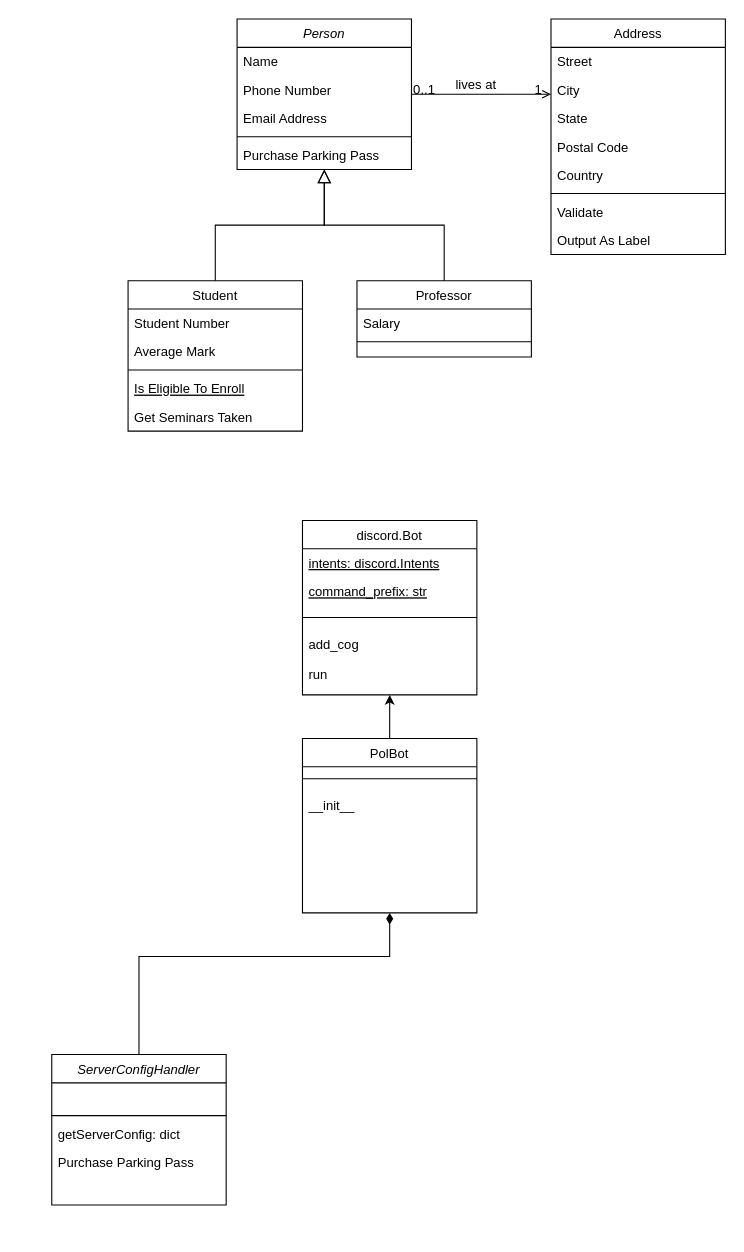
The draw.io diagram Untitled Diagram.drawio in abdann/polbot, before the edit. Source tidied: cells renumbered, new cells numbered last; positions are measured from the earlier drawing's top-left corner, leaving out a move shared by most shapes. Both pictures are drawn from the tidied source at 109%, with x=0, y=0 at pixel (51, 19).
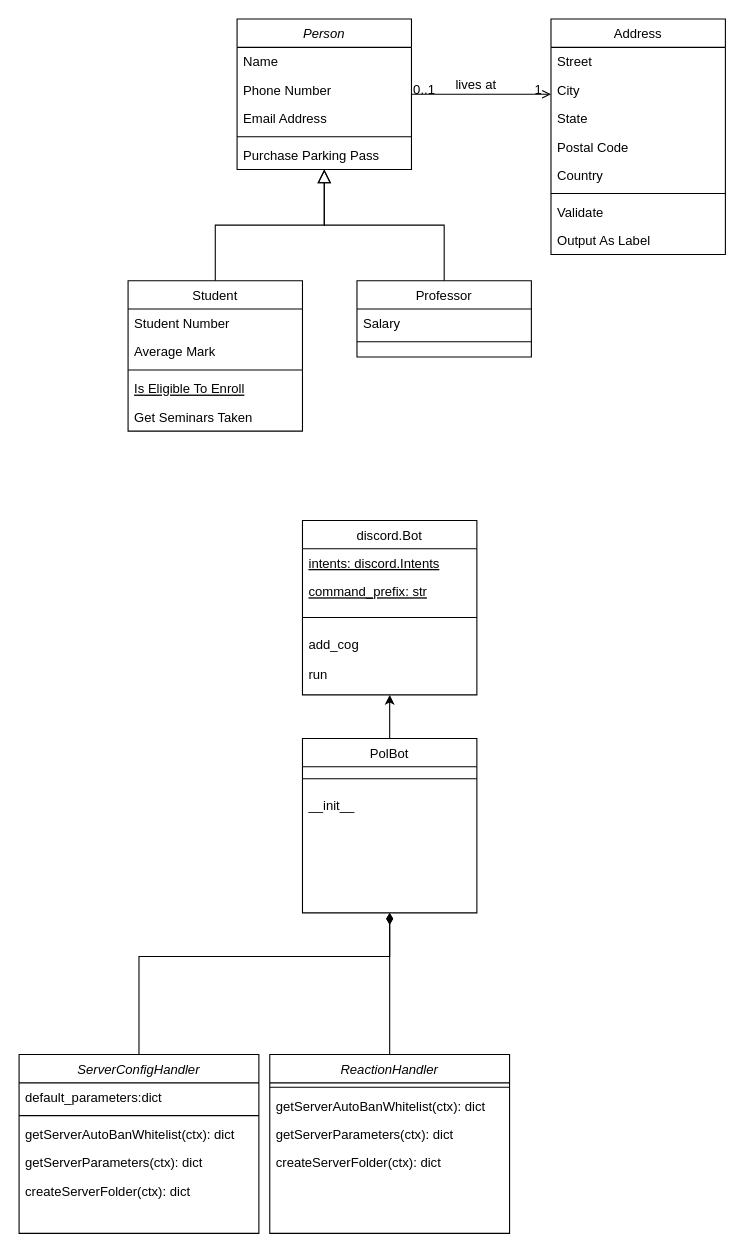
After the change.

Unchanged cells that the change refers to:
```xml
<mxCell id="45" value="PolBot" style="swimlane;fontStyle=0;align=center;verticalAlign=top;horizontal=1;startSize=26;rounded=0;shadow=0;strokeWidth=1;" parent="1" vertex="1">
  <mxGeometry x="230" y="660" width="160" height="160" as="geometry" />
</mxCell>
```

The edit, as a diff of the source:
```diff
@@
     <mxCell id="32" value="ServerConfigHandler" style="swimlane;fontStyle=2;align=center;verticalAlign=top;horizontal=1;startSize=26;rounded=0;shadow=0;strokeWidth=1;" parent="1" vertex="1">
-      <mxGeometry y="950" width="160" height="138" as="geometry" />
+      <mxGeometry x="-30" y="950" width="220" height="164" as="geometry" />
     </mxCell>
-    <mxCell id="33" value="&#10;" style="text;align=left;verticalAlign=top;spacingLeft=4;spacingRight=4;overflow=hidden;rounded=0;shadow=0;html=0;" parent="32" vertex="1">
-      <mxGeometry y="26" width="160" height="26" as="geometry" />
+    <mxCell id="33" value="default_parameters:dict" style="text;align=left;verticalAlign=top;spacingLeft=4;spacingRight=4;overflow=hidden;rounded=0;shadow=0;html=0;" parent="32" vertex="1">
+      <mxGeometry y="26" width="220" height="26" as="geometry" />
     </mxCell>
     <mxCell id="34" style="line;html=1;strokeWidth=1;align=left;verticalAlign=middle;spacingTop=-1;spacingLeft=3;spacingRight=3;labelPosition=right;" parent="32" vertex="1">
-      <mxGeometry y="52" width="160" height="8" as="geometry" />
+      <mxGeometry y="52" width="220" height="8" as="geometry" />
     </mxCell>
-    <mxCell id="35" value="getServerConfig: dict" style="text;align=left;verticalAlign=top;spacingLeft=4;spacingRight=4;overflow=hidden;" parent="32" vertex="1">
-      <mxGeometry y="60" width="160" height="26" as="geometry" />
+    <mxCell id="35" value="getServerAutoBanWhitelist(ctx): dict" style="text;align=left;verticalAlign=top;spacingLeft=4;spacingRight=4;overflow=hidden;" parent="32" vertex="1">
+      <mxGeometry y="60" width="220" height="26" as="geometry" />
     </mxCell>
-    <mxCell id="36" value="Purchase Parking Pass" style="text;align=left;verticalAlign=top;spacingLeft=4;spacingRight=4;overflow=hidden;" parent="32" vertex="1">
-      <mxGeometry y="86" width="160" height="26" as="geometry" />
-    </mxCell>
+    <mxCell id="48" value="getServerParameters(ctx): dict" style="text;align=left;verticalAlign=top;spacingLeft=4;spacingRight=4;overflow=hidden;" parent="32" vertex="1">
+      <mxGeometry y="86" width="220" height="26" as="geometry" />
+    </mxCell>
+    <mxCell id="49" value="createServerFolder(ctx): dict" style="text;align=left;verticalAlign=top;spacingLeft=4;spacingRight=4;overflow=hidden;" parent="32" vertex="1">
+      <mxGeometry y="112" width="220" height="26" as="geometry" />
+    </mxCell>
@@
+    <mxCell id="50" value="ReactionHandler" style="swimlane;fontStyle=2;align=center;verticalAlign=top;horizontal=1;startSize=26;rounded=0;shadow=0;strokeWidth=1;" parent="1" vertex="1">
+      <mxGeometry x="200" y="950" width="220" height="164" as="geometry" />
+    </mxCell>
+    <mxCell id="51" style="line;html=1;strokeWidth=1;align=left;verticalAlign=middle;spacingTop=-1;spacingLeft=3;spacingRight=3;labelPosition=right;" parent="50" vertex="1">
+      <mxGeometry y="26" width="220" height="8" as="geometry" />
+    </mxCell>
+    <mxCell id="52" value="getServerAutoBanWhitelist(ctx): dict" style="text;align=left;verticalAlign=top;spacingLeft=4;spacingRight=4;overflow=hidden;" parent="50" vertex="1">
+      <mxGeometry y="34" width="220" height="26" as="geometry" />
+    </mxCell>
+    <mxCell id="53" value="getServerParameters(ctx): dict" style="text;align=left;verticalAlign=top;spacingLeft=4;spacingRight=4;overflow=hidden;" parent="50" vertex="1">
+      <mxGeometry y="60" width="220" height="26" as="geometry" />
+    </mxCell>
+    <mxCell id="54" value="createServerFolder(ctx): dict" style="text;align=left;verticalAlign=top;spacingLeft=4;spacingRight=4;overflow=hidden;" parent="50" vertex="1">
+      <mxGeometry y="86" width="220" height="26" as="geometry" />
+    </mxCell>
+    <mxCell id="55" style="endArrow=none;startArrow=diamondThin;endFill=0;startFill=1;html=1;verticalAlign=bottom;labelBackgroundColor=none;strokeWidth=1;startSize=8;endSize=8;rounded=0;entryX=0.5;entryY=0;entryDx=0;entryDy=0;exitX=0.5;exitY=1;exitDx=0;exitDy=0;" parent="1" edge="1" source="45" target="50">
+      <mxGeometry relative="1" as="geometry" />
+    </mxCell>
```
